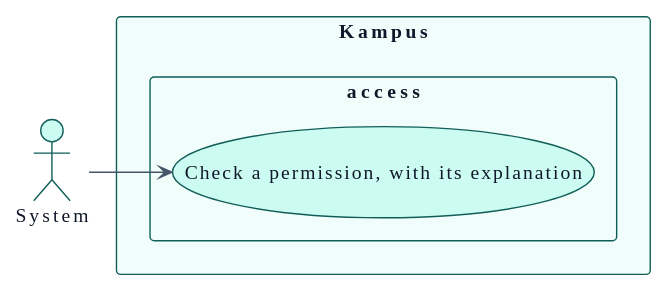
Before: docs/01-requirements/use-cases-system.svg, a diagram exported from PlantUML (didactika/kampus). Source of this version:
```plantuml
@startuml
!theme plain
skinparam backgroundColor #FFFFFF
skinparam defaultFontName Verdana
skinparam defaultFontSize 14
skinparam defaultFontColor #0F172A
skinparam shadowing false
skinparam packageStyle rectangle
skinparam ArrowFontSize 12
skinparam ClassAttributeIconSize 0
skinparam roundCorner 6
skinparam ArrowColor #475569
skinparam ArrowFontColor #0F172A
skinparam NoteBackgroundColor #ECFEFF
skinparam NoteBorderColor #115E59
skinparam NoteFontColor #0F172A
skinparam class {
  BackgroundColor #CCFBF1
  BorderColor #115E59
  FontColor #0F172A
}
skinparam entity {
  BackgroundColor #CCFBF1
  BorderColor #115E59
  FontColor #0F172A
}
skinparam participant {
  BackgroundColor #CCFBF1
  BorderColor #115E59
  FontColor #0F172A
}
skinparam actor {
  BackgroundColor #CCFBF1
  BorderColor #115E59
  FontColor #0F172A
}
skinparam database {
  BackgroundColor #CCFBF1
  BorderColor #115E59
  FontColor #0F172A
}
skinparam component {
  BackgroundColor #CCFBF1
  BorderColor #115E59
  FontColor #0F172A
}
skinparam node {
  BackgroundColor #CCFBF1
  BorderColor #115E59
  FontColor #0F172A
}
skinparam usecase {
  BackgroundColor #CCFBF1
  BorderColor #115E59
  FontColor #0F172A
}
skinparam interface {
  BackgroundColor #CCFBF1
  BorderColor #115E59
  FontColor #0F172A
}
skinparam state {
  BackgroundColor #CCFBF1
  BorderColor #115E59
  FontColor #0F172A
  StartColor #475569
  EndColor #475569
  ArrowColor #475569
}
skinparam package {
  BackgroundColor #F0FDFA
  BorderColor #115E59
  FontColor #0F172A
}
skinparam sequence {
  LifeLineBorderColor #475569
  LifeLineBackgroundColor #CCFBF1
  ArrowColor #475569
  GroupBorderColor #115E59
  GroupBackgroundColor #F0FDFA
}
skinparam package<<level1>> {
  BackgroundColor #DBEAFE
  BorderColor #115E59
  FontColor #0F172A
}
skinparam package<<level2>> {
  BackgroundColor #E0F2FE
  BorderColor #115E59
  FontColor #0F172A
}
skinparam package<<level3>> {
  BackgroundColor #F1F5F9
  BorderColor #115E59
  FontColor #0F172A
}
skinparam package<<level4>> {
  BackgroundColor #F8FAFC
  BorderColor #115E59
  FontColor #0F172A
}
hide <<level1>> stereotype
hide <<level2>> stereotype
hide <<level3>> stereotype
hide <<level4>> stereotype
skinparam linetype polyline
left to right direction

actor "System" as A_System

rectangle "Kampus" {
  package "access" {
    usecase "Check a permission, with its explanation" as UC_checkPermission
  }
}

A_System --> UC_checkPermission
@enduml
```
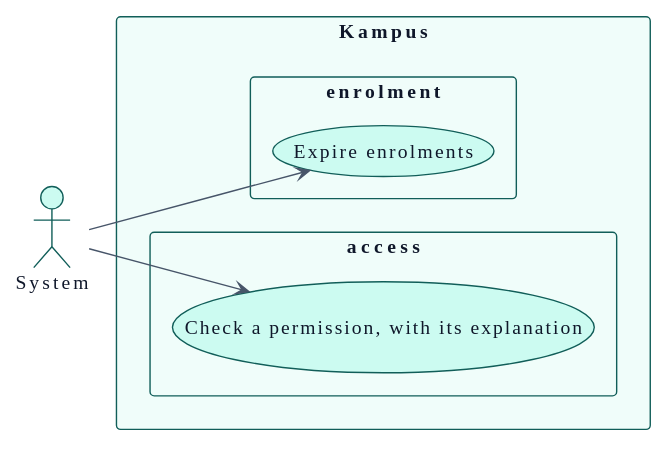
After the commit.

The edit, as a diff of the source:
```diff
@@ -112,7 +112,11 @@
   package "access" {
     usecase "Check a permission, with its explanation" as UC_checkPermission
   }
+  package "enrolment" {
+    usecase "Expire enrolments" as UC_expireEnrolments
+  }
 }
 
 A_System --> UC_checkPermission
+A_System --> UC_expireEnrolments
 @enduml
```
